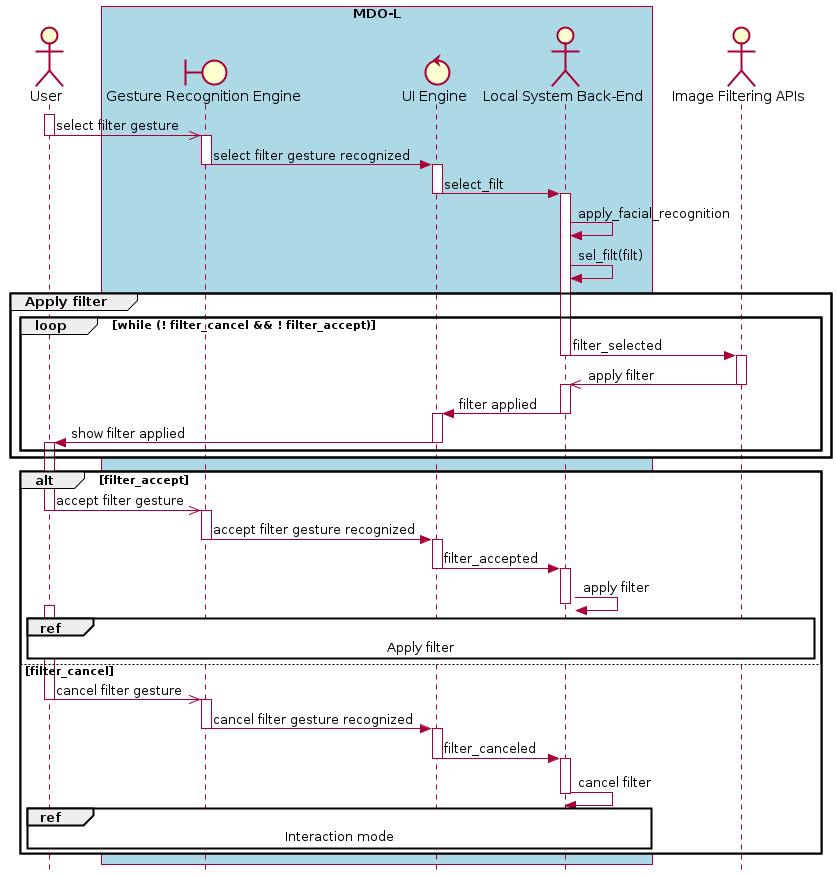
ElectroQuanta/MDO keeps this PlantUML diagram as Proj/report/img/seq-local-multimedia-mode-sel-filt.png. Above is the earlier version.
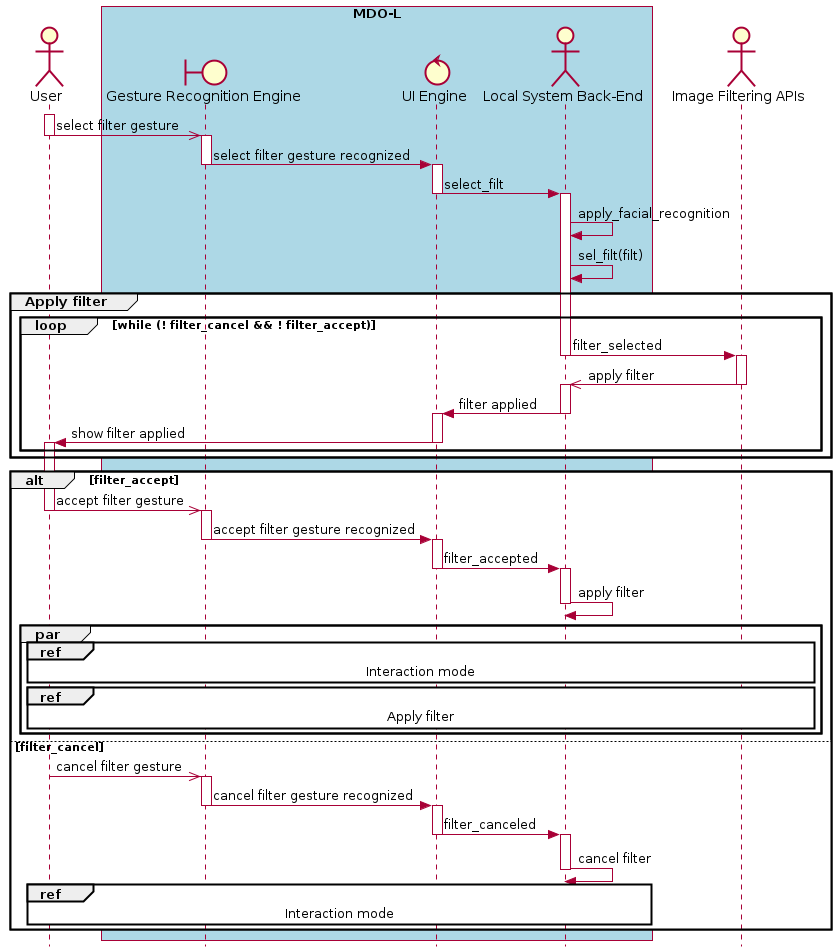
Later version of the same file.

Commit message:
UPDT: Local: seq-diag - multimedia mode

What changed in the source:
```diff
@@ -51,7 +51,10 @@
   activate LS
   LS -> LS: apply filter
   deactivate LS
+  par
+  ref over User, IFA: Interaction mode
   ref over User, IFA: Apply filter
+  end
 else filter_cancel
   activate User
   User ->> GRE: cancel filter gesture
```
